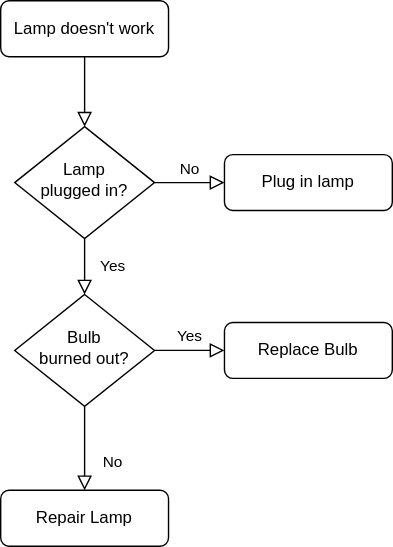
Before: test.svg, a diagram exported from draw.io (james-kim-Devguru/testDrawIo). Source tidied: cells renumbered, new cells last; positions are measured from the earlier drawing's top-left corner, leaving out a move shared by most shapes. The source it was exported from:
```xml
<mxGraphModel>
  <root>
    <mxCell id="0" />
    <mxCell id="1" parent="0" />
    <mxCell id="2" style="rounded=0;html=1;jettySize=auto;fontSize=11;endArrow=block;endFill=0;endSize=8;strokeWidth=1;shadow=0;labelBackgroundColor=none;edgeStyle=orthogonalEdgeStyle;" parent="1" edge="1" source="3" target="6">
      <mxGeometry relative="1" as="geometry" />
    </mxCell>
    <mxCell id="3" value="Lamp doesn't work" style="rounded=1;whiteSpace=wrap;html=1;fontSize=12;glass=0;strokeWidth=1;shadow=0;" parent="1" vertex="1">
      <mxGeometry width="120" height="40" as="geometry" />
    </mxCell>
    <mxCell id="4" value="Yes" style="rounded=0;html=1;jettySize=auto;fontSize=11;endArrow=block;endFill=0;endSize=8;strokeWidth=1;shadow=0;labelBackgroundColor=none;edgeStyle=orthogonalEdgeStyle;" parent="1" edge="1" source="6" target="10">
      <mxGeometry y="20" relative="1" as="geometry" />
    </mxCell>
    <mxCell id="5" value="No" style="edgeStyle=orthogonalEdgeStyle;rounded=0;html=1;jettySize=auto;fontSize=11;endArrow=block;endFill=0;endSize=8;strokeWidth=1;shadow=0;labelBackgroundColor=none;" parent="1" edge="1" source="6" target="7">
      <mxGeometry y="10" relative="1" as="geometry" />
    </mxCell>
    <mxCell id="6" value="Lamp&lt;br&gt;plugged in?" style="rhombus;whiteSpace=wrap;html=1;shadow=0;fontFamily=Helvetica;fontSize=12;align=center;strokeWidth=1;spacing=6;spacingTop=-4;" parent="1" vertex="1">
      <mxGeometry x="10" y="90" width="100" height="80" as="geometry" />
    </mxCell>
    <mxCell id="7" value="Plug in lamp" style="rounded=1;whiteSpace=wrap;html=1;fontSize=12;glass=0;strokeWidth=1;shadow=0;" parent="1" vertex="1">
      <mxGeometry x="160" y="110" width="120" height="40" as="geometry" />
    </mxCell>
    <mxCell id="8" value="No" style="rounded=0;html=1;jettySize=auto;fontSize=11;endArrow=block;endFill=0;endSize=8;strokeWidth=1;shadow=0;labelBackgroundColor=none;edgeStyle=orthogonalEdgeStyle;" parent="1" edge="1" source="10" target="11">
      <mxGeometry x="0.33" y="20" relative="1" as="geometry" />
    </mxCell>
    <mxCell id="9" value="Yes" style="edgeStyle=orthogonalEdgeStyle;rounded=0;html=1;jettySize=auto;fontSize=11;endArrow=block;endFill=0;endSize=8;strokeWidth=1;shadow=0;labelBackgroundColor=none;" parent="1" edge="1" source="10" target="12">
      <mxGeometry y="10" relative="1" as="geometry" />
    </mxCell>
    <mxCell id="10" value="Bulb&lt;br&gt;burned out?" style="rhombus;whiteSpace=wrap;html=1;shadow=0;fontFamily=Helvetica;fontSize=12;align=center;strokeWidth=1;spacing=6;spacingTop=-4;" parent="1" vertex="1">
      <mxGeometry x="10" y="210" width="100" height="80" as="geometry" />
    </mxCell>
    <mxCell id="11" value="Repair Lamp" style="rounded=1;whiteSpace=wrap;html=1;fontSize=12;glass=0;strokeWidth=1;shadow=0;" parent="1" vertex="1">
      <mxGeometry y="350" width="120" height="40" as="geometry" />
    </mxCell>
    <mxCell id="12" value="Replace Bulb" style="rounded=1;whiteSpace=wrap;html=1;fontSize=12;glass=0;strokeWidth=1;shadow=0;" parent="1" vertex="1">
      <mxGeometry x="160" y="230" width="120" height="40" as="geometry" />
    </mxCell>
  </root>
</mxGraphModel>
```
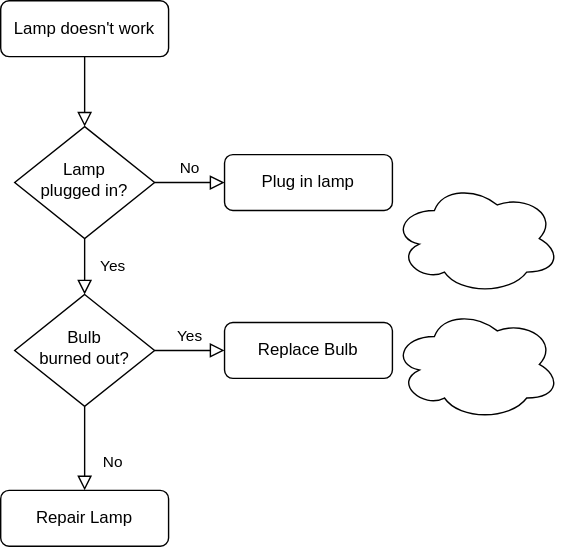
After the commit.

Change to the diagram source:
```diff
@@ -35,5 +35,11 @@
     <mxCell id="12" value="Replace Bulb" style="rounded=1;whiteSpace=wrap;html=1;fontSize=12;glass=0;strokeWidth=1;shadow=0;" parent="1" vertex="1">
       <mxGeometry x="160" y="230" width="120" height="40" as="geometry" />
     </mxCell>
+    <mxCell id="13" style="ellipse;shape=cloud;whiteSpace=wrap;html=1;" parent="1" vertex="1">
+      <mxGeometry x="280" y="130" width="120" height="80" as="geometry" />
+    </mxCell>
+    <mxCell id="14" style="ellipse;shape=cloud;whiteSpace=wrap;html=1;" parent="1" vertex="1">
+      <mxGeometry x="280" y="220" width="120" height="80" as="geometry" />
+    </mxCell>
   </root>
 </mxGraphModel>
```
